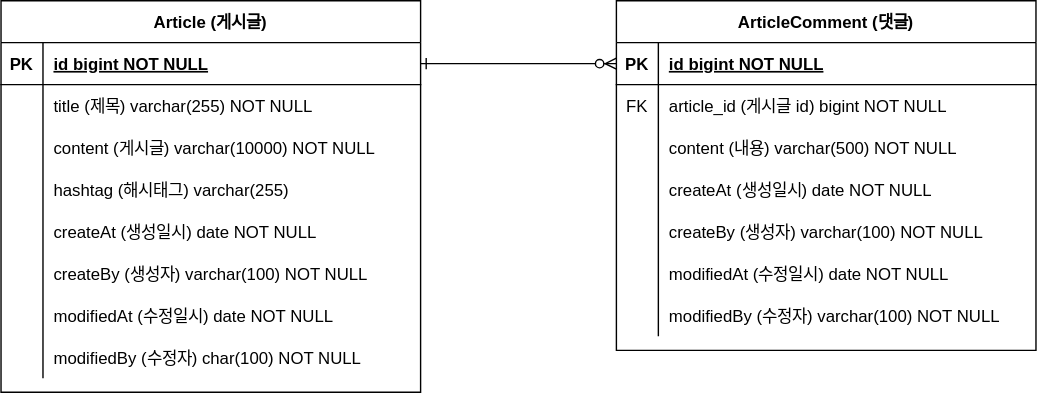
Above: document/project-board-erd.svg in ssc73111/fc-project-board (draw.io), before the change. Source tidied: cells renumbered, new cells last; positions are measured from the earlier drawing's top-left corner, leaving out a move shared by most shapes.
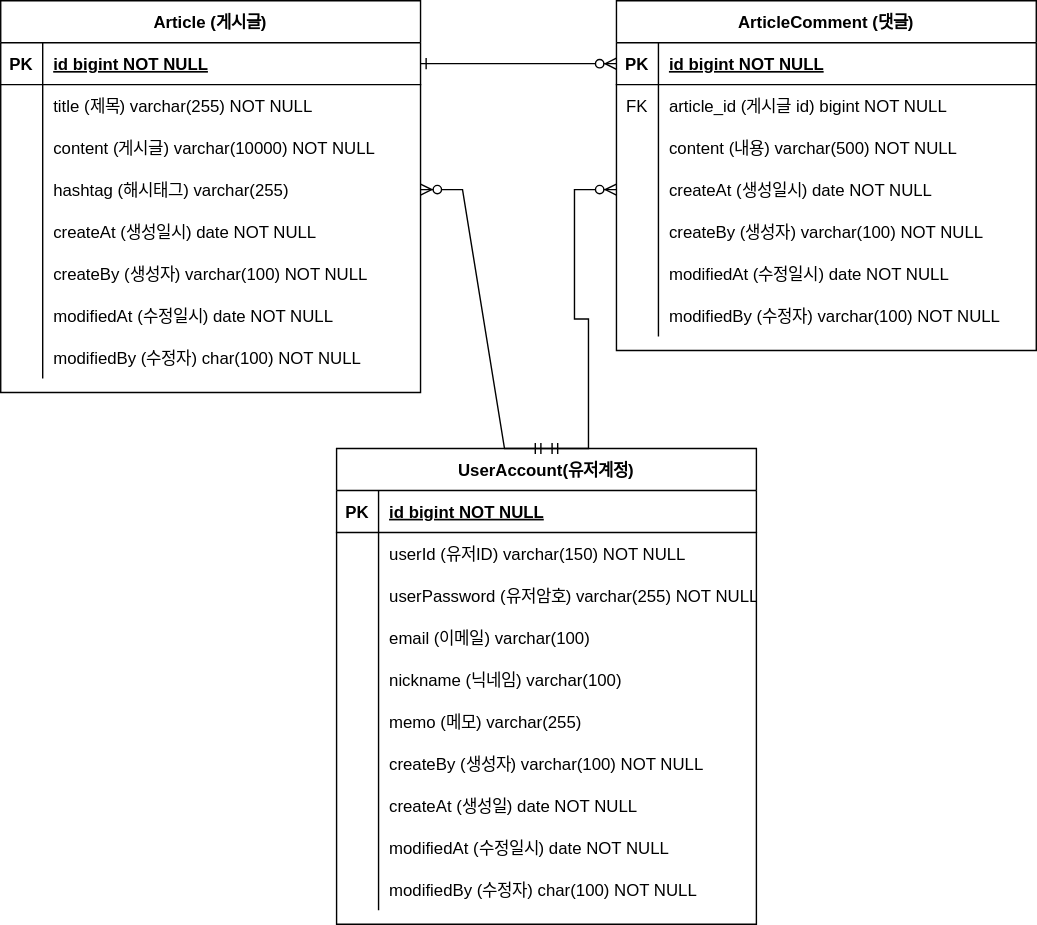
The same diagram one commit later.

Change to the diagram source:
```diff
@@ -146,5 +146,109 @@
     <mxCell id="49" value="modifiedBy (수정자) varchar(100) NOT NULL" style="shape=partialRectangle;overflow=hidden;fillColor=none;top=0;left=0;bottom=0;right=0;align=left;spacingLeft=6;" parent="47" vertex="1">
       <mxGeometry x="30" width="270" height="30" as="geometry" />
     </mxCell>
+    <mxCell id="50" value="UserAccount(유저계정)" style="shape=table;startSize=30;rowLines=0;fontStyle=1;align=center;" parent="1" vertex="1">
+      <mxGeometry x="240" y="320" width="300" height="340" as="geometry" />
+    </mxCell>
+    <mxCell id="51" style="shape=partialRectangle;fillColor=none;top=0;left=0;right=0;bottom=1;" parent="50" vertex="1">
+      <mxGeometry y="30" width="300" height="30" as="geometry" />
+    </mxCell>
+    <mxCell id="52" value="PK" style="shape=partialRectangle;overflow=hidden;fillColor=none;top=0;left=0;bottom=0;right=0;fontStyle=1;" parent="51" vertex="1">
+      <mxGeometry width="30" height="30" as="geometry" />
+    </mxCell>
+    <mxCell id="53" value="id bigint NOT NULL " style="shape=partialRectangle;overflow=hidden;fillColor=none;top=0;left=0;bottom=0;right=0;align=left;spacingLeft=6;fontStyle=5;" parent="51" vertex="1">
+      <mxGeometry x="30" width="270" height="30" as="geometry" />
+    </mxCell>
+    <mxCell id="54" style="shape=partialRectangle;fillColor=none;top=0;left=0;right=0;bottom=0;" parent="50" vertex="1">
+      <mxGeometry y="60" width="300" height="30" as="geometry" />
+    </mxCell>
+    <mxCell id="55" style="shape=partialRectangle;overflow=hidden;fillColor=none;top=0;left=0;bottom=0;right=0;" parent="54" vertex="1">
+      <mxGeometry width="30" height="30" as="geometry" />
+    </mxCell>
+    <mxCell id="56" value="userId (유저ID) varchar(150) NOT NULL" style="shape=partialRectangle;overflow=hidden;fillColor=none;top=0;left=0;bottom=0;right=0;align=left;spacingLeft=6;" parent="54" vertex="1">
+      <mxGeometry x="30" width="270" height="30" as="geometry" />
+    </mxCell>
+    <mxCell id="57" style="shape=partialRectangle;fillColor=none;top=0;left=0;right=0;bottom=0;" parent="50" vertex="1">
+      <mxGeometry y="90" width="300" height="30" as="geometry" />
+    </mxCell>
+    <mxCell id="58" style="shape=partialRectangle;overflow=hidden;fillColor=none;top=0;left=0;bottom=0;right=0;" parent="57" vertex="1">
+      <mxGeometry width="30" height="30" as="geometry" />
+    </mxCell>
+    <mxCell id="59" value="userPassword (유저암호) varchar(255) NOT NULL" style="shape=partialRectangle;overflow=hidden;fillColor=none;top=0;left=0;bottom=0;right=0;align=left;spacingLeft=6;" parent="57" vertex="1">
+      <mxGeometry x="30" width="270" height="30" as="geometry" />
+    </mxCell>
+    <mxCell id="60" style="shape=partialRectangle;fillColor=none;top=0;left=0;right=0;bottom=0;" parent="50" vertex="1">
+      <mxGeometry y="120" width="300" height="30" as="geometry" />
+    </mxCell>
+    <mxCell id="61" style="shape=partialRectangle;overflow=hidden;fillColor=none;top=0;left=0;bottom=0;right=0;" parent="60" vertex="1">
+      <mxGeometry width="30" height="30" as="geometry" />
+    </mxCell>
+    <mxCell id="62" value="email (이메일) varchar(100)" style="shape=partialRectangle;overflow=hidden;fillColor=none;top=0;left=0;bottom=0;right=0;align=left;spacingLeft=6;" parent="60" vertex="1">
+      <mxGeometry x="30" width="270" height="30" as="geometry" />
+    </mxCell>
+    <mxCell id="63" style="shape=partialRectangle;fillColor=none;top=0;left=0;right=0;bottom=0;" parent="50" vertex="1">
+      <mxGeometry y="150" width="300" height="30" as="geometry" />
+    </mxCell>
+    <mxCell id="64" style="shape=partialRectangle;overflow=hidden;fillColor=none;top=0;left=0;bottom=0;right=0;" parent="63" vertex="1">
+      <mxGeometry width="30" height="30" as="geometry" />
+    </mxCell>
+    <mxCell id="65" value="nickname (닉네임) varchar(100)" style="shape=partialRectangle;overflow=hidden;fillColor=none;top=0;left=0;bottom=0;right=0;align=left;spacingLeft=6;" parent="63" vertex="1">
+      <mxGeometry x="30" width="270" height="30" as="geometry" />
+    </mxCell>
+    <mxCell id="66" style="shape=partialRectangle;fillColor=none;top=0;left=0;right=0;bottom=0;" parent="50" vertex="1">
+      <mxGeometry y="180" width="300" height="30" as="geometry" />
+    </mxCell>
+    <mxCell id="67" style="shape=partialRectangle;overflow=hidden;fillColor=none;top=0;left=0;bottom=0;right=0;" parent="66" vertex="1">
+      <mxGeometry width="30" height="30" as="geometry" />
+    </mxCell>
+    <mxCell id="68" value="memo (메모) varchar(255)" style="shape=partialRectangle;overflow=hidden;fillColor=none;top=0;left=0;bottom=0;right=0;align=left;spacingLeft=6;" parent="66" vertex="1">
+      <mxGeometry x="30" width="270" height="30" as="geometry" />
+    </mxCell>
+    <mxCell id="69" style="shape=partialRectangle;fillColor=none;top=0;left=0;right=0;bottom=0;" parent="50" vertex="1">
+      <mxGeometry y="210" width="300" height="30" as="geometry" />
+    </mxCell>
+    <mxCell id="70" style="shape=partialRectangle;overflow=hidden;fillColor=none;top=0;left=0;bottom=0;right=0;" parent="69" vertex="1">
+      <mxGeometry width="30" height="30" as="geometry" />
+    </mxCell>
+    <mxCell id="71" value="createBy (생성자) varchar(100) NOT NULL" style="shape=partialRectangle;overflow=hidden;fillColor=none;top=0;left=0;bottom=0;right=0;align=left;spacingLeft=6;" parent="69" vertex="1">
+      <mxGeometry x="30" width="270" height="30" as="geometry" />
+    </mxCell>
+    <mxCell id="72" style="shape=partialRectangle;fillColor=none;top=0;left=0;right=0;bottom=0;" parent="50" vertex="1">
+      <mxGeometry y="240" width="300" height="30" as="geometry" />
+    </mxCell>
+    <mxCell id="73" style="shape=partialRectangle;overflow=hidden;fillColor=none;top=0;left=0;bottom=0;right=0;" parent="72" vertex="1">
+      <mxGeometry width="30" height="30" as="geometry" />
+    </mxCell>
+    <mxCell id="74" value="createAt (생성일) date NOT NULL" style="shape=partialRectangle;overflow=hidden;fillColor=none;top=0;left=0;bottom=0;right=0;align=left;spacingLeft=6;" parent="72" vertex="1">
+      <mxGeometry x="30" width="270" height="30" as="geometry" />
+    </mxCell>
+    <mxCell id="75" style="shape=partialRectangle;fillColor=none;top=0;left=0;right=0;bottom=0;" parent="50" vertex="1">
+      <mxGeometry y="270" width="300" height="30" as="geometry" />
+    </mxCell>
+    <mxCell id="76" style="shape=partialRectangle;overflow=hidden;fillColor=none;top=0;left=0;bottom=0;right=0;" parent="75" vertex="1">
+      <mxGeometry width="30" height="30" as="geometry" />
+    </mxCell>
+    <mxCell id="77" value="modifiedAt (수정일시) date NOT NULL" style="shape=partialRectangle;overflow=hidden;fillColor=none;top=0;left=0;bottom=0;right=0;align=left;spacingLeft=6;" parent="75" vertex="1">
+      <mxGeometry x="30" width="270" height="30" as="geometry" />
+    </mxCell>
+    <mxCell id="78" style="shape=partialRectangle;fillColor=none;top=0;left=0;right=0;bottom=0;" parent="50" vertex="1">
+      <mxGeometry y="300" width="300" height="30" as="geometry" />
+    </mxCell>
+    <mxCell id="79" style="shape=partialRectangle;overflow=hidden;fillColor=none;top=0;left=0;bottom=0;right=0;" parent="78" vertex="1">
+      <mxGeometry width="30" height="30" as="geometry" />
+    </mxCell>
+    <mxCell id="80" value="modifiedBy (수정자) char(100) NOT NULL" style="shape=partialRectangle;overflow=hidden;fillColor=none;top=0;left=0;bottom=0;right=0;align=left;spacingLeft=6;" parent="78" vertex="1">
+      <mxGeometry x="30" width="270" height="30" as="geometry" />
+    </mxCell>
+    <mxCell id="81" style="edgeStyle=entityRelationEdgeStyle;fontSize=12;html=1;endArrow=ERzeroToMany;startArrow=ERmandOne;rounded=0;entryX=1;entryY=0.5;entryDx=0;entryDy=0;exitX=0.5;exitY=0;exitDx=0;exitDy=0;" parent="1" edge="1" source="50" target="13">
+      <mxGeometry relative="1" as="geometry" />
+    </mxCell>
+    <mxCell id="82" style="edgeStyle=entityRelationEdgeStyle;fontSize=12;html=1;endArrow=ERzeroToMany;startArrow=ERmandOne;rounded=0;entryX=0;entryY=0.5;entryDx=0;entryDy=0;" parent="1" edge="1" target="38">
+      <mxGeometry relative="1" as="geometry">
+        <mxPoint x="390" y="320" as="sourcePoint" />
+        <Array as="points">
+          <mxPoint x="440" y="130" />
+        </Array>
+      </mxGeometry>
+    </mxCell>
   </root>
 </mxGraphModel>
```
